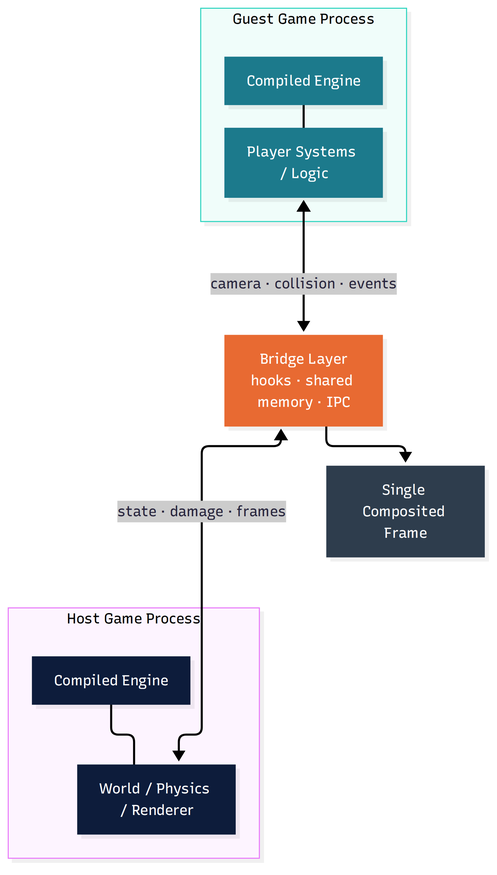
The Mermaid diagram seminar/assets/diagram_case_study.png in Ankritjarngal/coding-platform-assignment, before a commit. Its source is kept beside it as seminar/assets/diagram_case_study.mmd.
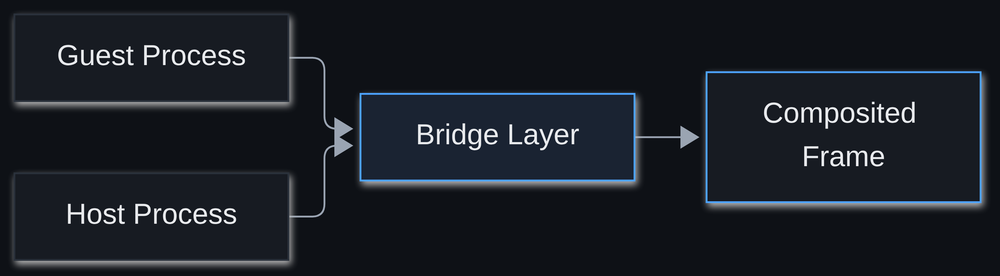
After the commit.

Diff of the diagram source:
```diff
@@ -1,25 +1,9 @@
-flowchart TB
-    subgraph host [Host Game Process]
-        H1[Compiled Engine]
-        H2[World / Physics / Renderer]
-        H1 --- H2
-    end
+flowchart LR
+    G[Guest Process] --> BR[Bridge Layer]
+    H[Host Process] --> BR
+    BR --> OUT[Composited Frame]
 
-    subgraph guest [Guest Game Process]
-        G1[Compiled Engine]
-        G2[Player Systems / Logic]
-        G1 --- G2
-    end
-
-    BR[Bridge Layer<br/>hooks · shared memory · IPC]
-
-    G2 <-->|camera · collision · events| BR
-    BR <-->|state · damage · frames| H2
-    BR --> OUT[Single Composited Frame]
-
-    style H1 fill:#0B1F3A,stroke:#0B1F3A,color:#fff
-    style H2 fill:#0B1F3A,stroke:#0B1F3A,color:#fff
-    style G1 fill:#1F7A8C,stroke:#1F7A8C,color:#fff
-    style G2 fill:#1F7A8C,stroke:#1F7A8C,color:#fff
-    style BR fill:#E86A33,stroke:#E86A33,color:#fff
-    style OUT fill:#2F3E4E,stroke:#2F3E4E,color:#fff
+    style G fill:#171B22,stroke:#2A313B,color:#E8EAED
+    style H fill:#171B22,stroke:#2A313B,color:#E8EAED
+    style BR fill:#1A2332,stroke:#4DA3FF,color:#E8EAED
+    style OUT fill:#171B22,stroke:#4DA3FF,color:#E8EAED
```
